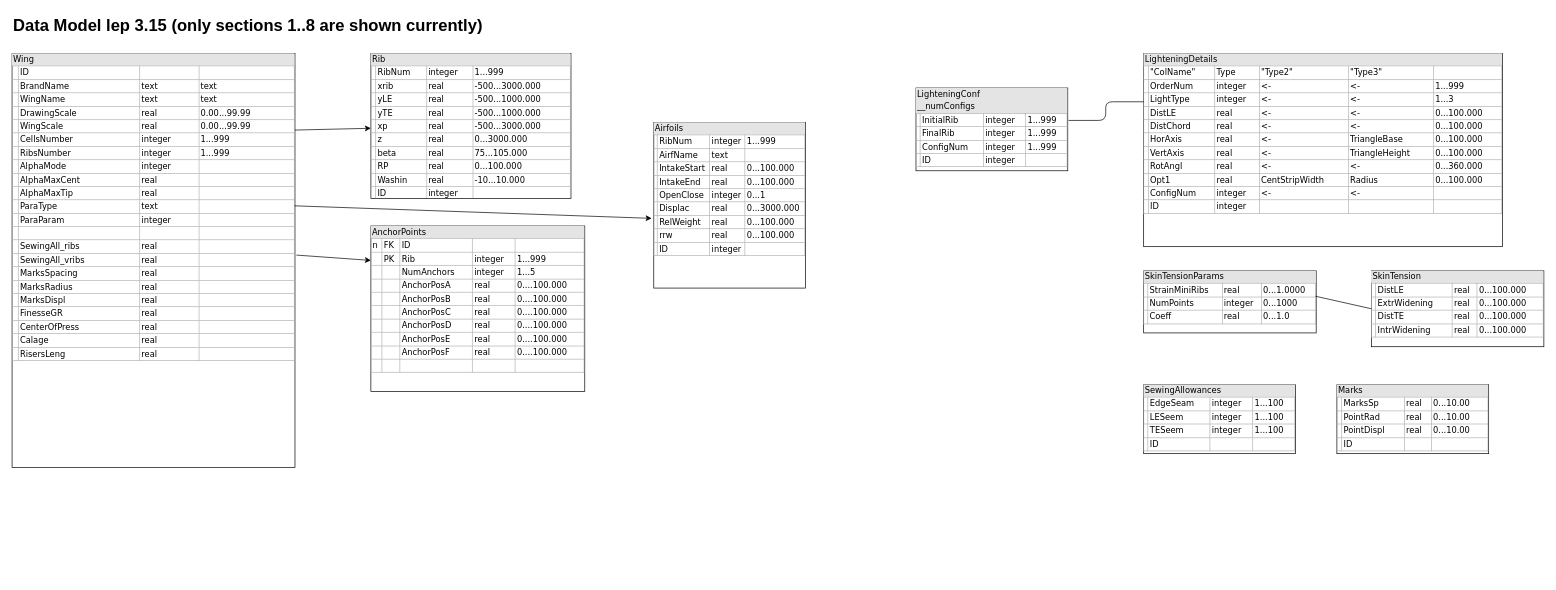
stefanino-ch/lepg-py keeps this draw.io diagram as developerDoc/internalDatabaseModel.drawio. Above is the earlier version. Source tidied: cells renumbered, new cells numbered last; positions are measured from the earlier drawing's top-left corner, leaving out a move shared by most shapes. Both pictures are drawn from the tidied source at 69%, with x=0, y=0 at pixel (12, 12).
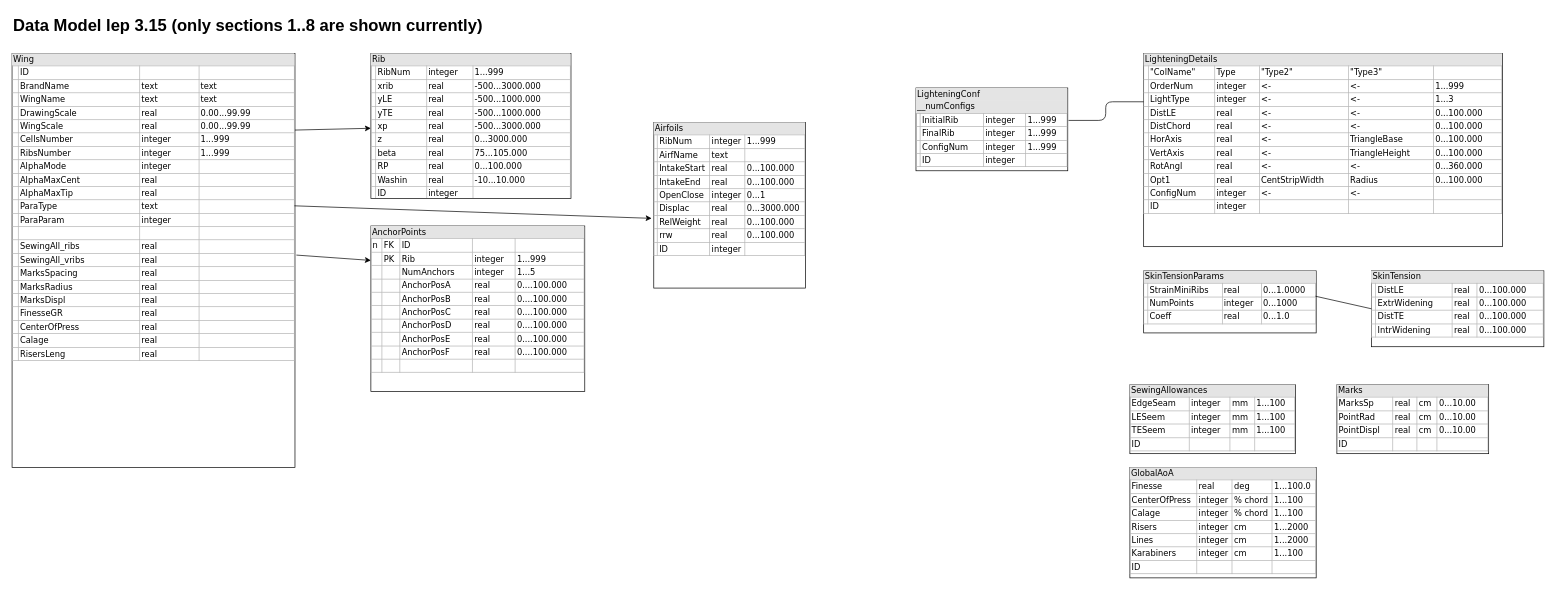
Above is the later version.

The edit, as a diff of the source:
```diff
@@
-    <mxCell id="10" value="&lt;div style=&quot;box-sizing: border-box ; width: 100% ; background: #e4e4e4 ; padding: 2px&quot;&gt;SewingAllowances&lt;/div&gt;&lt;table style=&quot;width: 100% ; font-size: 1em ; border: 1px solid rgb(179 , 179 , 179) ; border-collapse: collapse&quot; cellpadding=&quot;2&quot; cellspacing=&quot;0&quot; border=&quot;1&quot;&gt;&lt;tbody&gt;&lt;tr&gt;&lt;td&gt;&lt;br&gt;&lt;/td&gt;&lt;td&gt;EdgeSeam&lt;/td&gt;&lt;td&gt;integer&lt;/td&gt;&lt;td&gt;1...100&lt;/td&gt;&lt;/tr&gt;&lt;tr&gt;&lt;td&gt;&lt;br&gt;&lt;/td&gt;&lt;td&gt;LESeem&lt;/td&gt;&lt;td&gt;integer&lt;/td&gt;&lt;td&gt;1...100&lt;br&gt;&lt;/td&gt;&lt;/tr&gt;&lt;tr&gt;&lt;td&gt;&lt;br&gt;&lt;/td&gt;&lt;td&gt;TESeem&lt;/td&gt;&lt;td&gt;integer&lt;/td&gt;&lt;td&gt;1...100&lt;br&gt;&lt;/td&gt;&lt;/tr&gt;&lt;tr&gt;&lt;td&gt;&lt;br&gt;&lt;/td&gt;&lt;td&gt;ID&lt;/td&gt;&lt;td&gt;&lt;br&gt;&lt;/td&gt;&lt;td&gt;&lt;br&gt;&lt;/td&gt;&lt;/tr&gt;&lt;/tbody&gt;&lt;/table&gt;" style="verticalAlign=top;align=left;overflow=fill;html=1;rounded=0;shadow=0;comic=0;labelBackgroundColor=none;strokeWidth=1;fontFamily=Verdana;fontSize=12;" parent="1" vertex="1">
-      <mxGeometry x="1640" y="540" width="220" height="100" as="geometry" />
+    <mxCell id="10" value="&lt;div style=&quot;box-sizing: border-box ; width: 100% ; background: #e4e4e4 ; padding: 2px&quot;&gt;SewingAllowances&lt;/div&gt;&lt;table style=&quot;width: 100% ; font-size: 1em ; border: 1px solid rgb(179 , 179 , 179) ; border-collapse: collapse&quot; cellpadding=&quot;2&quot; cellspacing=&quot;0&quot; border=&quot;1&quot;&gt;&lt;tbody&gt;&lt;tr&gt;&lt;td&gt;EdgeSeam&lt;/td&gt;&lt;td&gt;integer&lt;/td&gt;&lt;td&gt;mm&lt;/td&gt;&lt;td&gt;1...100&lt;/td&gt;&lt;/tr&gt;&lt;tr&gt;&lt;td&gt;LESeem&lt;/td&gt;&lt;td&gt;integer&lt;/td&gt;&lt;td&gt;mm&lt;/td&gt;&lt;td&gt;1...100&lt;br&gt;&lt;/td&gt;&lt;/tr&gt;&lt;tr&gt;&lt;td&gt;TESeem&lt;/td&gt;&lt;td&gt;integer&lt;/td&gt;&lt;td&gt;mm&lt;/td&gt;&lt;td&gt;1...100&lt;br&gt;&lt;/td&gt;&lt;/tr&gt;&lt;tr&gt;&lt;td&gt;ID&lt;/td&gt;&lt;td&gt;&lt;br&gt;&lt;/td&gt;&lt;td&gt;&lt;br&gt;&lt;/td&gt;&lt;td&gt;&lt;br&gt;&lt;/td&gt;&lt;/tr&gt;&lt;/tbody&gt;&lt;/table&gt;" style="verticalAlign=top;align=left;overflow=fill;html=1;rounded=0;shadow=0;comic=0;labelBackgroundColor=none;strokeWidth=1;fontFamily=Verdana;fontSize=12;" parent="1" vertex="1">
+      <mxGeometry x="1620" y="540" width="240" height="100" as="geometry" />
     </mxCell>
@@
-    <mxCell id="17" value="&lt;div style=&quot;box-sizing: border-box ; width: 100% ; background: #e4e4e4 ; padding: 2px&quot;&gt;Marks&lt;/div&gt;&lt;table style=&quot;width: 100% ; font-size: 1em ; border: 1px solid rgb(179 , 179 , 179) ; border-collapse: collapse&quot; cellpadding=&quot;2&quot; cellspacing=&quot;0&quot; border=&quot;1&quot;&gt;&lt;tbody&gt;&lt;tr&gt;&lt;td&gt;&lt;br&gt;&lt;/td&gt;&lt;td&gt;MarksSp&lt;/td&gt;&lt;td&gt;real&lt;br&gt;&lt;/td&gt;&lt;td&gt;0...10.00&lt;/td&gt;&lt;/tr&gt;&lt;tr&gt;&lt;td&gt;&lt;br&gt;&lt;/td&gt;&lt;td&gt;PointRad&lt;/td&gt;&lt;td&gt;real&lt;br&gt;&lt;/td&gt;&lt;td&gt;0...10.00&lt;br&gt;&lt;/td&gt;&lt;/tr&gt;&lt;tr&gt;&lt;td&gt;&lt;br&gt;&lt;/td&gt;&lt;td&gt;PointDispl&lt;/td&gt;&lt;td&gt;real&lt;br&gt;&lt;/td&gt;&lt;td&gt;0...10.00&lt;br&gt;&lt;/td&gt;&lt;/tr&gt;&lt;tr&gt;&lt;td&gt;&lt;br&gt;&lt;/td&gt;&lt;td&gt;ID&lt;/td&gt;&lt;td&gt;&lt;br&gt;&lt;/td&gt;&lt;td&gt;&lt;br&gt;&lt;/td&gt;&lt;/tr&gt;&lt;/tbody&gt;&lt;/table&gt;" style="verticalAlign=top;align=left;overflow=fill;html=1;rounded=0;shadow=0;comic=0;labelBackgroundColor=none;strokeWidth=1;fontFamily=Verdana;fontSize=12;" parent="1" vertex="1">
+    <mxCell id="17" value="&lt;div style=&quot;box-sizing: border-box ; width: 100% ; background: #e4e4e4 ; padding: 2px&quot;&gt;Marks&lt;/div&gt;&lt;table style=&quot;width: 100% ; font-size: 1em ; border: 1px solid rgb(179 , 179 , 179) ; border-collapse: collapse&quot; cellpadding=&quot;2&quot; cellspacing=&quot;0&quot; border=&quot;1&quot;&gt;&lt;tbody&gt;&lt;tr&gt;&lt;td&gt;MarksSp&lt;/td&gt;&lt;td&gt;real&lt;br&gt;&lt;/td&gt;&lt;td&gt;cm&lt;/td&gt;&lt;td&gt;0...10.00&lt;/td&gt;&lt;/tr&gt;&lt;tr&gt;&lt;td&gt;PointRad&lt;/td&gt;&lt;td&gt;real&lt;br&gt;&lt;/td&gt;&lt;td&gt;cm&lt;/td&gt;&lt;td&gt;0...10.00&lt;br&gt;&lt;/td&gt;&lt;/tr&gt;&lt;tr&gt;&lt;td&gt;PointDispl&lt;/td&gt;&lt;td&gt;real&lt;br&gt;&lt;/td&gt;&lt;td&gt;cm&lt;/td&gt;&lt;td&gt;0...10.00&lt;br&gt;&lt;/td&gt;&lt;/tr&gt;&lt;tr&gt;&lt;td&gt;ID&lt;/td&gt;&lt;td&gt;&lt;br&gt;&lt;/td&gt;&lt;td&gt;&lt;br&gt;&lt;/td&gt;&lt;td&gt;&lt;br&gt;&lt;/td&gt;&lt;/tr&gt;&lt;/tbody&gt;&lt;/table&gt;" style="verticalAlign=top;align=left;overflow=fill;html=1;rounded=0;shadow=0;comic=0;labelBackgroundColor=none;strokeWidth=1;fontFamily=Verdana;fontSize=12;" parent="1" vertex="1">
       <mxGeometry x="1920" y="540" width="220" height="100" as="geometry" />
     </mxCell>
+    <mxCell id="18" value="&lt;div style=&quot;box-sizing: border-box ; width: 100% ; background: #e4e4e4 ; padding: 2px&quot;&gt;GlobalAoA&lt;/div&gt;&lt;table style=&quot;width: 100% ; font-size: 1em ; border: 1px solid rgb(179 , 179 , 179) ; border-collapse: collapse&quot; cellpadding=&quot;2&quot; cellspacing=&quot;0&quot; border=&quot;1&quot;&gt;&lt;tbody&gt;&lt;tr&gt;&lt;td&gt;Finesse&lt;/td&gt;&lt;td&gt;real&lt;/td&gt;&lt;td&gt;deg&lt;/td&gt;&lt;td&gt;1...100.0&lt;/td&gt;&lt;/tr&gt;&lt;tr&gt;&lt;td&gt;CenterOfPress&lt;/td&gt;&lt;td&gt;integer&lt;/td&gt;&lt;td&gt;% chord&lt;/td&gt;&lt;td&gt;1...100&lt;br&gt;&lt;/td&gt;&lt;/tr&gt;&lt;tr&gt;&lt;td&gt;Calage&lt;/td&gt;&lt;td&gt;integer&lt;/td&gt;&lt;td&gt;% chord&lt;br&gt;&lt;/td&gt;&lt;td&gt;1...100&lt;br&gt;&lt;/td&gt;&lt;/tr&gt;&lt;tr&gt;&lt;td&gt;Risers&lt;/td&gt;&lt;td&gt;integer&lt;/td&gt;&lt;td&gt;cm&lt;/td&gt;&lt;td&gt;1...2000&lt;/td&gt;&lt;/tr&gt;&lt;tr&gt;&lt;td&gt;Lines&lt;/td&gt;&lt;td&gt;integer&lt;/td&gt;&lt;td&gt;cm&lt;/td&gt;&lt;td&gt;1...2000&lt;/td&gt;&lt;/tr&gt;&lt;tr&gt;&lt;td&gt;Karabiners&lt;/td&gt;&lt;td&gt;integer&lt;/td&gt;&lt;td&gt;cm&lt;/td&gt;&lt;td&gt;1...100&lt;/td&gt;&lt;/tr&gt;&lt;tr&gt;&lt;td&gt;ID&lt;/td&gt;&lt;td&gt;&lt;br&gt;&lt;/td&gt;&lt;td&gt;&lt;br&gt;&lt;/td&gt;&lt;td&gt;&lt;br&gt;&lt;/td&gt;&lt;/tr&gt;&lt;/tbody&gt;&lt;/table&gt;" style="verticalAlign=top;align=left;overflow=fill;html=1;rounded=0;shadow=0;comic=0;labelBackgroundColor=none;strokeWidth=1;fontFamily=Verdana;fontSize=12;" parent="1" vertex="1">
+      <mxGeometry x="1620" y="660" width="270" height="160" as="geometry" />
+    </mxCell>
```
